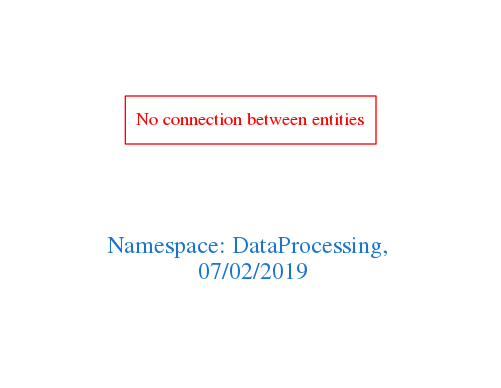
Above: downloads/DataProcessing.png in arago/OGIT (Graphviz), before the change. Its source is kept beside it as downloads/DataProcessing.dot. Source of this version:
```dot
digraph OGIT_ontology {
 graph [ rankdir= LR,pad=1
fontsize = 18,
fontcolor= dodgerblue3,label = "\n\n\nNamespace: DataProcessing, \n 07/02/2019"];
node[shape=polygon];
edge [  color="gray81"];

"No connection between entities" [fontcolor = "red",color="red", shape="polygon"]
}
```
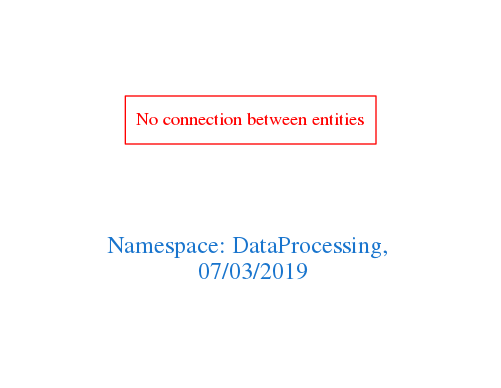
The same diagram one commit later.

Diff of the diagram source:
```diff
@@ -1,7 +1,7 @@
 digraph OGIT_ontology {
  graph [ rankdir= LR,pad=1
 fontsize = 18,
-fontcolor= dodgerblue3,label = "\n\n\nNamespace: DataProcessing, \n 07/02/2019"];
+fontcolor= dodgerblue3,label = "\n\n\nNamespace: DataProcessing, \n 07/03/2019"];
 node[shape=polygon];
 edge [  color="gray81"];
 
```
